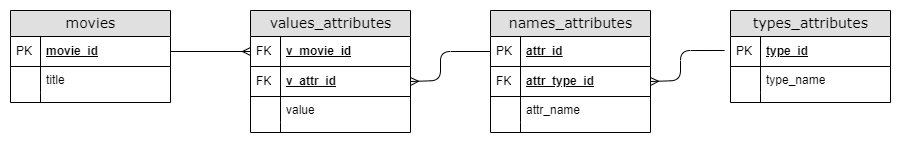
This is eav.png from otusteamedu/PHP_2023, a draw.io export, as it was before one commit. Source tidied: cells renumbered, new cells last; positions are measured from the earlier drawing's top-left corner, leaving out a move shared by most shapes.
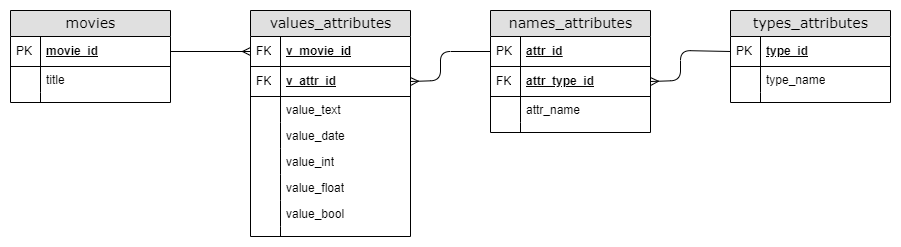
The same file after the commit.

Commit message:
Homework 9. Change schema

Change to the diagram source:
```diff
@@ -51,7 +51,7 @@
       <mxGeometry width="30" height="10" as="geometry" />
     </mxCell>
     <mxCell id="18" value="values_attributes" style="swimlane;html=1;fontStyle=0;horizontal=1;startSize=26;fillColor=#e0e0e0;swimlaneFillColor=#ffffff;align=center;rounded=0;shadow=0;comic=0;labelBackgroundColor=none;strokeWidth=1;fontFamily=Verdana;fontSize=14;" parent="1" vertex="1">
-      <mxGeometry x="240" width="160" height="122" as="geometry" />
+      <mxGeometry x="240" width="160" height="226" as="geometry" />
     </mxCell>
     <mxCell id="19" value="v_movie_id" style="shape=partialRectangle;top=0;left=0;right=0;bottom=1;html=1;align=left;verticalAlign=middle;fillColor=none;spacingLeft=34;spacingRight=4;whiteSpace=wrap;overflow=hidden;points=[[0,0.5],[1,0.5]];portConstraint=eastwest;fontStyle=5;" parent="18" vertex="1">
       <mxGeometry y="26" width="160" height="30" as="geometry" />
@@ -65,14 +65,38 @@
     <mxCell id="22" value="FK" style="shape=partialRectangle;top=0;left=0;bottom=0;html=1;fillColor=none;align=left;verticalAlign=middle;spacingLeft=4;spacingRight=4;whiteSpace=wrap;overflow=hidden;" parent="21" vertex="1">
       <mxGeometry width="30" height="30" as="geometry" />
     </mxCell>
+    <mxCell id="37" value="value_text" style="shape=partialRectangle;top=0;left=0;right=0;bottom=0;html=1;align=left;verticalAlign=top;fillColor=none;spacingLeft=34;spacingRight=4;whiteSpace=wrap;overflow=hidden;" parent="18" vertex="1">
+      <mxGeometry y="86" width="160" height="26" as="geometry" />
+    </mxCell>
+    <mxCell id="38" style="shape=partialRectangle;top=0;left=0;bottom=0;html=1;fillColor=none;align=left;verticalAlign=top;spacingLeft=4;spacingRight=4;whiteSpace=wrap;overflow=hidden;" parent="37" vertex="1">
+      <mxGeometry width="30" height="26" as="geometry" />
+    </mxCell>
-    <mxCell id="23" value="value" style="shape=partialRectangle;top=0;left=0;right=0;bottom=0;html=1;align=left;verticalAlign=top;fillColor=none;spacingLeft=34;spacingRight=4;whiteSpace=wrap;overflow=hidden;" parent="18" vertex="1">
-      <mxGeometry y="86" width="160" height="26" as="geometry" />
+    <mxCell id="23" value="value_date" style="shape=partialRectangle;top=0;left=0;right=0;bottom=0;html=1;align=left;verticalAlign=top;fillColor=none;spacingLeft=34;spacingRight=4;whiteSpace=wrap;overflow=hidden;" parent="18" vertex="1">
+      <mxGeometry y="112" width="160" height="26" as="geometry" />
     </mxCell>
     <mxCell id="24" style="shape=partialRectangle;top=0;left=0;bottom=0;html=1;fillColor=none;align=left;verticalAlign=top;spacingLeft=4;spacingRight=4;whiteSpace=wrap;overflow=hidden;" parent="23" vertex="1">
       <mxGeometry width="30" height="26" as="geometry" />
     </mxCell>
+    <mxCell id="39" value="value_int" style="shape=partialRectangle;top=0;left=0;right=0;bottom=0;html=1;align=left;verticalAlign=top;fillColor=none;spacingLeft=34;spacingRight=4;whiteSpace=wrap;overflow=hidden;" parent="18" vertex="1">
+      <mxGeometry y="138" width="160" height="26" as="geometry" />
+    </mxCell>
+    <mxCell id="40" style="shape=partialRectangle;top=0;left=0;bottom=0;html=1;fillColor=none;align=left;verticalAlign=top;spacingLeft=4;spacingRight=4;whiteSpace=wrap;overflow=hidden;" parent="39" vertex="1">
+      <mxGeometry width="30" height="26" as="geometry" />
+    </mxCell>
+    <mxCell id="41" value="value_float" style="shape=partialRectangle;top=0;left=0;right=0;bottom=0;html=1;align=left;verticalAlign=top;fillColor=none;spacingLeft=34;spacingRight=4;whiteSpace=wrap;overflow=hidden;" parent="18" vertex="1">
+      <mxGeometry y="164" width="160" height="26" as="geometry" />
+    </mxCell>
+    <mxCell id="42" style="shape=partialRectangle;top=0;left=0;bottom=0;html=1;fillColor=none;align=left;verticalAlign=top;spacingLeft=4;spacingRight=4;whiteSpace=wrap;overflow=hidden;" parent="41" vertex="1">
+      <mxGeometry width="30" height="26" as="geometry" />
+    </mxCell>
+    <mxCell id="43" value="value_bool" style="shape=partialRectangle;top=0;left=0;right=0;bottom=0;html=1;align=left;verticalAlign=top;fillColor=none;spacingLeft=34;spacingRight=4;whiteSpace=wrap;overflow=hidden;" parent="18" vertex="1">
+      <mxGeometry y="190" width="160" height="26" as="geometry" />
+    </mxCell>
+    <mxCell id="44" style="shape=partialRectangle;top=0;left=0;bottom=0;html=1;fillColor=none;align=left;verticalAlign=top;spacingLeft=4;spacingRight=4;whiteSpace=wrap;overflow=hidden;" parent="43" vertex="1">
+      <mxGeometry width="30" height="26" as="geometry" />
+    </mxCell>
     <mxCell id="25" style="shape=partialRectangle;top=0;left=0;right=0;bottom=0;html=1;align=left;verticalAlign=top;fillColor=none;spacingLeft=34;spacingRight=4;whiteSpace=wrap;overflow=hidden;" parent="18" vertex="1">
-      <mxGeometry y="112" width="160" height="10" as="geometry" />
+      <mxGeometry y="216" width="160" height="10" as="geometry" />
     </mxCell>
     <mxCell id="26" style="shape=partialRectangle;top=0;left=0;bottom=0;html=1;fillColor=none;align=left;verticalAlign=top;spacingLeft=4;spacingRight=4;whiteSpace=wrap;overflow=hidden;" parent="25" vertex="1">
       <mxGeometry width="30" height="10" as="geometry" />
@@ -98,10 +122,8 @@
     <mxCell id="33" style="shape=partialRectangle;top=0;left=0;bottom=0;html=1;fillColor=none;align=left;verticalAlign=top;spacingLeft=4;spacingRight=4;whiteSpace=wrap;overflow=hidden;" parent="32" vertex="1">
       <mxGeometry width="30" height="10" as="geometry" />
     </mxCell>
-    <mxCell id="34" style="endArrow=ERmany;html=1;rounded=0;exitX=1;exitY=0.5;exitDx=0;exitDy=0;endFill=0;" parent="1" edge="1" source="3">
-      <mxGeometry relative="1" as="geometry">
-        <mxPoint x="240" y="41" as="targetPoint" />
-      </mxGeometry>
+    <mxCell id="34" style="endArrow=ERmany;html=1;rounded=0;exitX=1;exitY=0.5;exitDx=0;exitDy=0;endFill=0;entryX=0;entryY=0.5;entryDx=0;entryDy=0;" parent="1" edge="1" source="3" target="19">
+      <mxGeometry relative="1" as="geometry" />
     </mxCell>
     <mxCell id="35" style="endArrow=none;html=1;rounded=1;exitX=1;exitY=0.5;exitDx=0;exitDy=0;entryX=0;entryY=0.5;entryDx=0;entryDy=0;startArrow=ERmany;startFill=0;" parent="1" edge="1" source="21" target="10">
       <mxGeometry relative="1" as="geometry">
@@ -111,7 +133,7 @@
         </Array>
       </mxGeometry>
     </mxCell>
-    <mxCell id="36" style="endArrow=none;html=1;rounded=1;exitX=1;exitY=0.5;exitDx=0;exitDy=0;entryX=-0.037;entryY=0.467;entryDx=0;entryDy=0;entryPerimeter=0;startArrow=ERmany;startFill=0;" parent="1" edge="1" source="12" target="28">
+    <mxCell id="36" style="endArrow=none;html=1;rounded=1;exitX=1;exitY=0.5;exitDx=0;exitDy=0;startArrow=ERmany;startFill=0;entryX=0;entryY=0.5;entryDx=0;entryDy=0;" parent="1" edge="1" source="12" target="28">
       <mxGeometry relative="1" as="geometry">
         <Array as="points">
           <mxPoint x="670" y="70" />
```
